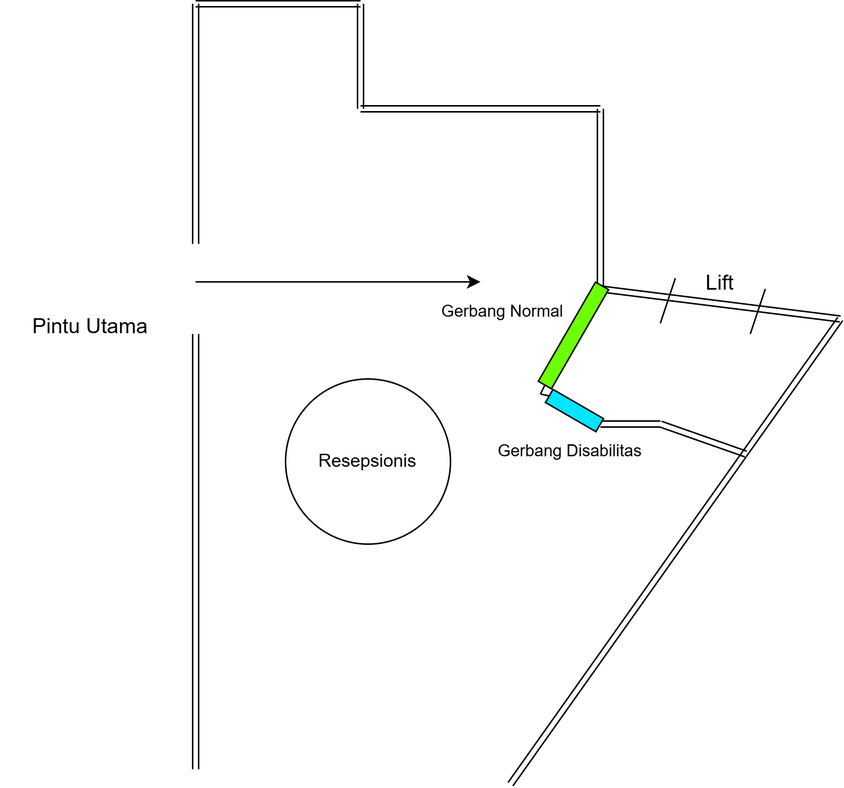
Earlier version of the draw.io export image/denah-sesudah.png (wNSYA/Proposal-TA). Source tidied: cells renumbered, new cells last; positions are measured from the earlier drawing's top-left corner, leaving out a move shared by most shapes.
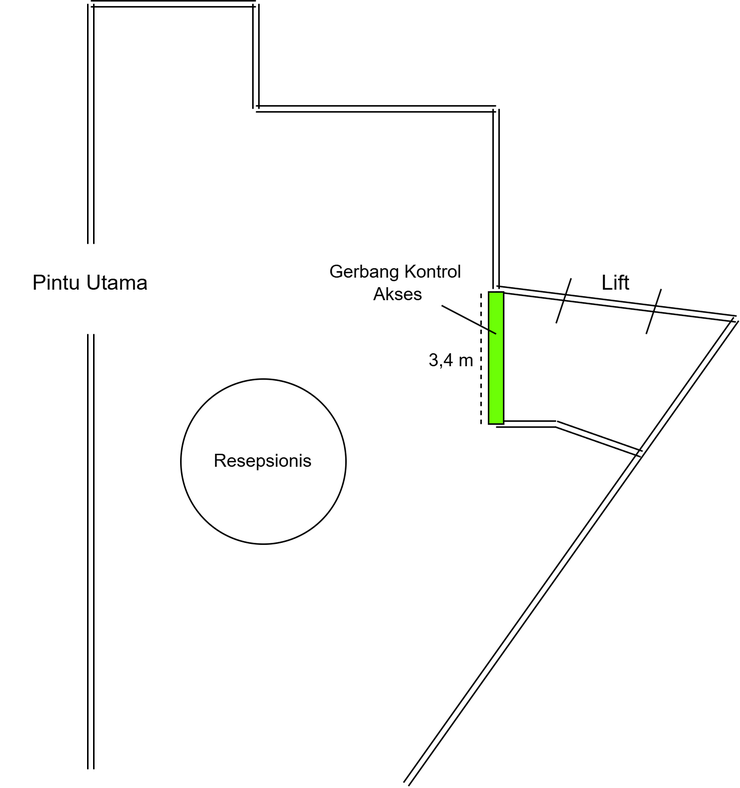
The same file after the commit.

The edit, as a diff of the source:
```diff
@@ -2,117 +2,109 @@
   <root>
     <mxCell id="0" />
     <mxCell id="1" parent="0" />
-    <mxCell id="2" style="endArrow=classic;html=1;rounded=0;" parent="1" edge="1">
-      <mxGeometry relative="1" as="geometry">
-        <mxPoint x="130" y="185.3" as="sourcePoint" />
-        <mxPoint x="320" y="185.3" as="targetPoint" />
-      </mxGeometry>
+    <mxCell id="2" value="&lt;font style=&quot;font-size: 14px;&quot;&gt;Pintu Utama&lt;/font&gt;" style="text;html=1;whiteSpace=wrap;strokeColor=none;fillColor=none;align=center;verticalAlign=middle;rounded=0;" parent="1" vertex="1">
+      <mxGeometry x="-110" y="269" width="120" height="30" as="geometry" />
     </mxCell>
-    <mxCell id="3" value="&lt;font style=&quot;font-size: 14px;&quot;&gt;Pintu Utama&lt;/font&gt;" style="text;html=1;whiteSpace=wrap;strokeColor=none;fillColor=none;align=center;verticalAlign=middle;rounded=0;" parent="1" vertex="1">
-      <mxGeometry y="200" width="120" height="30" as="geometry" />
+    <mxCell id="3" style="endArrow=none;html=1;rounded=0;" parent="1" edge="1">
+      <mxGeometry relative="1" as="geometry">
+        <mxPoint x="320" y="318" as="sourcePoint" />
+        <mxPoint x="330" y="288" as="targetPoint" />
+      </mxGeometry>
     </mxCell>
     <mxCell id="4" style="endArrow=none;html=1;rounded=0;" parent="1" edge="1">
       <mxGeometry relative="1" as="geometry">
-        <mxPoint x="500" y="220" as="sourcePoint" />
-        <mxPoint x="510" y="190" as="targetPoint" />
+        <mxPoint x="260" y="310.9" as="sourcePoint" />
+        <mxPoint x="270" y="280.9" as="targetPoint" />
       </mxGeometry>
     </mxCell>
-    <mxCell id="5" style="endArrow=none;html=1;rounded=0;" parent="1" edge="1">
-      <mxGeometry relative="1" as="geometry">
-        <mxPoint x="440" y="212.9" as="sourcePoint" />
-        <mxPoint x="450" y="182.9" as="targetPoint" />
-      </mxGeometry>
+    <mxCell id="5" value="&lt;font style=&quot;font-size: 14px;&quot;&gt;Lift&lt;/font&gt;" style="text;html=1;whiteSpace=wrap;strokeColor=none;fillColor=none;align=center;verticalAlign=middle;rounded=0;" parent="1" vertex="1">
+      <mxGeometry x="270" y="269" width="60" height="30" as="geometry" />
     </mxCell>
-    <mxCell id="6" value="&lt;font style=&quot;font-size: 14px;&quot;&gt;Lift&lt;/font&gt;" style="text;html=1;whiteSpace=wrap;strokeColor=none;fillColor=none;align=center;verticalAlign=middle;rounded=0;" parent="1" vertex="1">
-      <mxGeometry x="450" y="171" width="60" height="30" as="geometry" />
+    <mxCell id="6" style="endArrow=none;html=1;rounded=0;shape=link;" parent="1" edge="1">
+      <mxGeometry relative="1" as="geometry">
+        <mxPoint x="260" y="378" as="sourcePoint" />
+        <mxPoint x="317" y="398" as="targetPoint" />
+      </mxGeometry>
     </mxCell>
     <mxCell id="7" style="endArrow=none;html=1;rounded=0;shape=link;" parent="1" edge="1">
       <mxGeometry relative="1" as="geometry">
-        <mxPoint x="440" y="280" as="sourcePoint" />
-        <mxPoint x="497" y="300" as="targetPoint" />
+        <mxPoint x="220" y="378" as="sourcePoint" />
+        <mxPoint x="260" y="378" as="targetPoint" />
       </mxGeometry>
     </mxCell>
     <mxCell id="8" style="endArrow=none;html=1;rounded=0;shape=link;" parent="1" edge="1">
       <mxGeometry relative="1" as="geometry">
-        <mxPoint x="400" y="280" as="sourcePoint" />
-        <mxPoint x="440" y="280" as="targetPoint" />
+        <mxPoint x="160" y="618" as="sourcePoint" />
+        <mxPoint x="380" y="308" as="targetPoint" />
       </mxGeometry>
     </mxCell>
     <mxCell id="9" style="endArrow=none;html=1;rounded=0;shape=link;" parent="1" edge="1">
       <mxGeometry relative="1" as="geometry">
-        <mxPoint x="340" y="520" as="sourcePoint" />
-        <mxPoint x="560" y="210" as="targetPoint" />
+        <mxPoint x="220" y="288" as="sourcePoint" />
+        <mxPoint x="380" y="308" as="targetPoint" />
       </mxGeometry>
     </mxCell>
     <mxCell id="10" style="endArrow=none;html=1;rounded=0;shape=link;" parent="1" edge="1">
       <mxGeometry relative="1" as="geometry">
-        <mxPoint x="400" y="190" as="sourcePoint" />
-        <mxPoint x="560" y="210" as="targetPoint" />
+        <mxPoint x="60" y="168" as="sourcePoint" />
+        <mxPoint x="220" y="168" as="targetPoint" />
       </mxGeometry>
     </mxCell>
     <mxCell id="11" style="endArrow=none;html=1;rounded=0;shape=link;" parent="1" edge="1">
       <mxGeometry relative="1" as="geometry">
-        <mxPoint x="240" y="70" as="sourcePoint" />
-        <mxPoint x="400" y="70" as="targetPoint" />
+        <mxPoint x="60" y="168" as="sourcePoint" />
+        <mxPoint x="60" y="98" as="targetPoint" />
       </mxGeometry>
     </mxCell>
     <mxCell id="12" style="endArrow=none;html=1;rounded=0;shape=link;" parent="1" edge="1">
       <mxGeometry relative="1" as="geometry">
-        <mxPoint x="240" y="70" as="sourcePoint" />
-        <mxPoint x="240" as="targetPoint" />
+        <mxPoint x="-50" y="98" as="sourcePoint" />
+        <mxPoint x="60" y="98" as="targetPoint" />
       </mxGeometry>
     </mxCell>
     <mxCell id="13" style="endArrow=none;html=1;rounded=0;shape=link;" parent="1" edge="1">
       <mxGeometry relative="1" as="geometry">
-        <mxPoint x="130" as="sourcePoint" />
-        <mxPoint x="240" as="targetPoint" />
+        <mxPoint x="220" y="288" as="sourcePoint" />
+        <mxPoint x="220" y="168" as="targetPoint" />
       </mxGeometry>
     </mxCell>
-    <mxCell id="14" style="endArrow=none;html=1;rounded=0;shape=link;" parent="1" edge="1">
-      <mxGeometry relative="1" as="geometry">
-        <mxPoint x="400" y="190" as="sourcePoint" />
-        <mxPoint x="400" y="70" as="targetPoint" />
-      </mxGeometry>
+    <mxCell id="14" style="ellipse;whiteSpace=wrap;html=1;" parent="1" vertex="1">
+      <mxGeometry x="10" y="348" width="110" height="110" as="geometry" />
     </mxCell>
-    <mxCell id="15" style="ellipse;whiteSpace=wrap;html=1;" parent="1" vertex="1">
-      <mxGeometry x="190" y="250" width="110" height="110" as="geometry" />
+    <mxCell id="15" style="endArrow=none;html=1;rounded=0;shape=link;" parent="1" edge="1">
+      <mxGeometry relative="1" as="geometry">
+        <mxPoint x="-50" y="608" as="sourcePoint" />
+        <mxPoint x="-50" y="318" as="targetPoint" />
+      </mxGeometry>
     </mxCell>
     <mxCell id="16" style="endArrow=none;html=1;rounded=0;shape=link;" parent="1" edge="1">
       <mxGeometry relative="1" as="geometry">
-        <mxPoint x="130" y="510" as="sourcePoint" />
-        <mxPoint x="130" y="220" as="targetPoint" />
+        <mxPoint x="-50" y="258" as="sourcePoint" />
+        <mxPoint x="-50" y="98" as="targetPoint" />
       </mxGeometry>
     </mxCell>
-    <mxCell id="17" style="endArrow=none;html=1;rounded=0;shape=link;" parent="1" edge="1">
-      <mxGeometry relative="1" as="geometry">
-        <mxPoint x="130" y="160" as="sourcePoint" />
-        <mxPoint x="130" as="targetPoint" />
-      </mxGeometry>
+    <mxCell id="17" value="Resepsionis" style="text;html=1;whiteSpace=wrap;strokeColor=none;fillColor=none;align=center;verticalAlign=middle;rounded=0;" parent="1" vertex="1">
+      <mxGeometry x="35" y="388" width="60" height="30" as="geometry" />
     </mxCell>
-    <mxCell id="18" value="Resepsionis" style="text;html=1;whiteSpace=wrap;strokeColor=none;fillColor=none;align=center;verticalAlign=middle;rounded=0;" parent="1" vertex="1">
-      <mxGeometry x="215" y="290" width="60" height="30" as="geometry" />
+    <mxCell id="18" style="rounded=0;whiteSpace=wrap;html=1;rotation=0;fillColor=#6CFF06;direction=south;" parent="1" vertex="1">
+      <mxGeometry x="215" y="290" width="10.1" height="88" as="geometry" />
     </mxCell>
-    <mxCell id="19" style="rounded=0;whiteSpace=wrap;html=1;rotation=30;fillColor=#6CFF06;direction=south;" parent="1" vertex="1">
-      <mxGeometry x="377" y="182.8" width="10.1" height="76.3" as="geometry" />
+    <mxCell id="19" style="endArrow=none;dashed=1;html=1;rounded=0;fontSize=12;startSize=8;endSize=8;curved=1;" parent="1" edge="1">
+      <mxGeometry relative="1" as="geometry">
+        <mxPoint x="210" y="378" as="sourcePoint" />
+        <mxPoint x="210" y="288" as="targetPoint" />
+      </mxGeometry>
     </mxCell>
-    <mxCell id="20" style="rounded=0;whiteSpace=wrap;html=1;rotation=30;fillColor=#01E5FF;" parent="1" vertex="1">
-      <mxGeometry x="363.3" y="266" width="38.9" height="10.1" as="geometry" />
+    <mxCell id="20" value="3,4 m" style="edgeLabel;html=1;align=center;verticalAlign=middle;points=[];fontSize=12;" parent="19" vertex="1">
+      <mxGeometry x="-0.05" relative="1" as="geometry">
+        <mxPoint x="-21" as="offset" />
+      </mxGeometry>
     </mxCell>
-    <mxCell id="21" style="endArrow=none;html=1;rounded=0;entryX=1;entryY=0.5;entryDx=0;entryDy=0;" parent="1" edge="1" target="19">
-      <mxGeometry relative="1" as="geometry">
-        <mxPoint x="360" y="260" as="sourcePoint" />
-      </mxGeometry>
+    <mxCell id="21" value="&lt;font style=&quot;font-size: 12px;&quot;&gt;Gerbang Kontrol&amp;nbsp;&lt;/font&gt;&lt;div&gt;&lt;font style=&quot;font-size: 12px;&quot;&gt;Akses&lt;/font&gt;&lt;/div&gt;" style="text;html=1;whiteSpace=wrap;strokeColor=none;fillColor=none;align=center;verticalAlign=middle;rounded=0;" parent="1" vertex="1">
+      <mxGeometry x="85.1" y="269" width="140" height="30" as="geometry" />
     </mxCell>
-    <mxCell id="22" style="endArrow=none;html=1;rounded=0;exitX=0;exitY=0.5;exitDx=0;exitDy=0;" parent="1" edge="1" source="20">
-      <mxGeometry relative="1" as="geometry">
-        <mxPoint x="360" y="260" as="targetPoint" />
-      </mxGeometry>
+    <mxCell id="22" style="endArrow=none;html=1;rounded=0;entryX=0.318;entryY=0.503;entryDx=0;entryDy=0;entryPerimeter=0;" parent="1" edge="1" source="21" target="18">
+      <mxGeometry relative="1" as="geometry" />
     </mxCell>
-    <mxCell id="23" value="&lt;font style=&quot;font-size: 11px;&quot;&gt;Gerbang Normal&lt;/font&gt;" style="text;html=1;whiteSpace=wrap;strokeColor=none;fillColor=none;align=center;verticalAlign=middle;rounded=0;" parent="1" vertex="1">
-      <mxGeometry x="275" y="190" width="120" height="30" as="geometry" />
-    </mxCell>
-    <mxCell id="24" value="&lt;font style=&quot;font-size: 11px;&quot;&gt;Gerbang Disabilitas&lt;/font&gt;" style="text;html=1;whiteSpace=wrap;strokeColor=none;fillColor=none;align=center;verticalAlign=middle;rounded=0;" parent="1" vertex="1">
-      <mxGeometry x="320" y="282.5" width="120" height="30" as="geometry" />
-    </mxCell>
   </root>
 </mxGraphModel>
```
